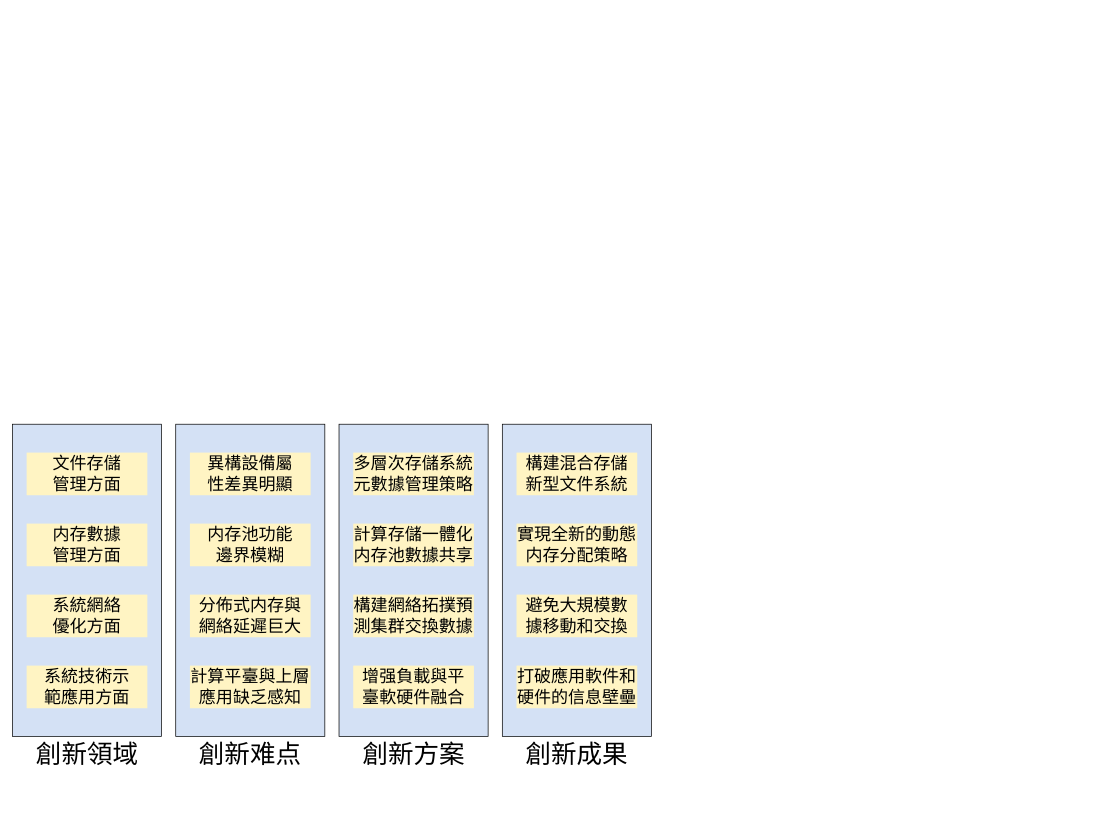
This is 创新点.drawio from icszhr/aomenNVM, a draw.io file, before an edit. Source tidied: cells renumbered, new cells numbered last; positions are measured from the earlier drawing's top-left corner, leaving out a move shared by most shapes. Both pictures are drawn from the tidied source at 71%, with x=0, y=0 at pixel (12, 424). Pictures stored in the file or linked from it are replaced by grey dashed boxes.
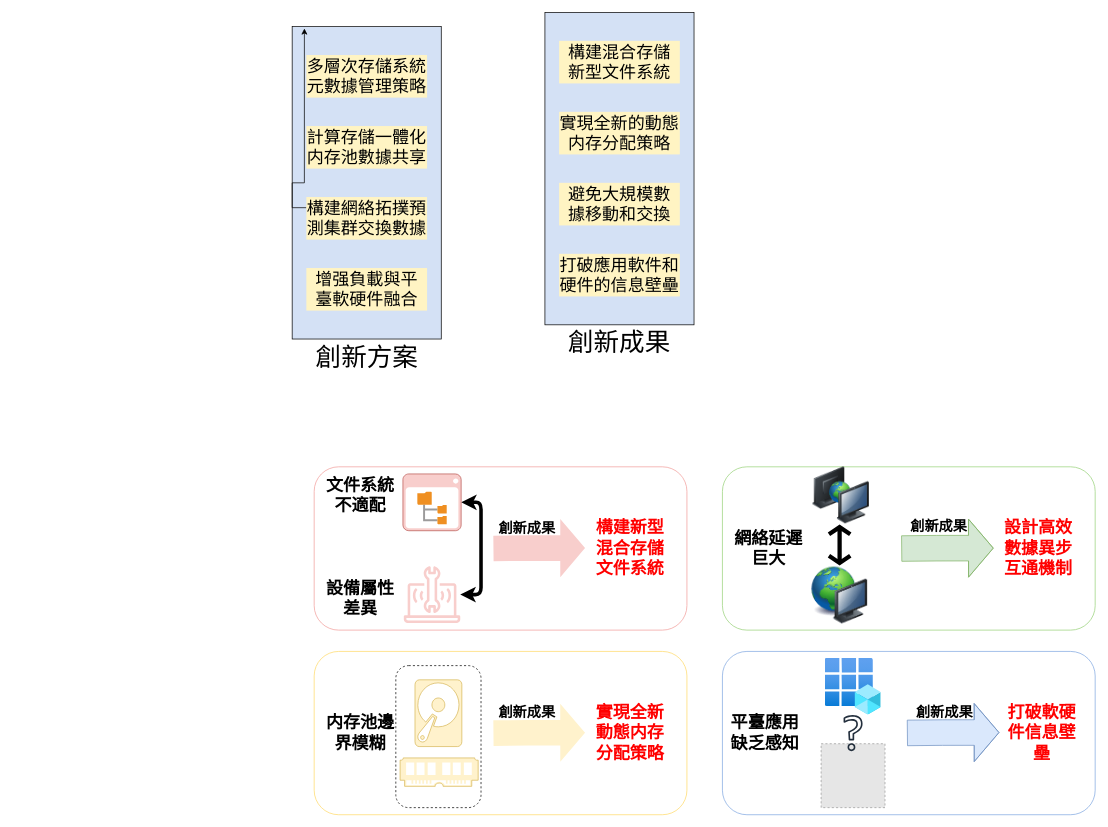
After the change.

Commit message (it also covers changes not shown here):
更新创新点.drawio

The change refers to these unchanged cells:
```xml
<mxCell id="17" style="rounded=0;whiteSpace=wrap;html=1;fillColor=#D4E1F5;" parent="16" vertex="1">
  <mxGeometry width="210" height="440" as="geometry" />
</mxCell>
<mxCell id="21" value="&lt;span style=&quot;font-size: 24px;&quot;&gt;構建網絡拓撲預測集群交換數據&lt;/span&gt;" style="rounded=0;whiteSpace=wrap;html=1;fillColor=#FFF4C3;strokeColor=none;" parent="16" vertex="1">
  <mxGeometry x="20" y="240" width="170" height="60" as="geometry" />
</mxCell>
```

The edit, as a diff of the source:
```diff
@@
-    <mxCell id="2" style="group;" parent="1" vertex="1">
-      <mxGeometry x="230" width="210" height="480" as="geometry" />
-    </mxCell>
-    <mxCell id="3" style="rounded=0;whiteSpace=wrap;html=1;fillColor=#D4E1F5;" parent="2" vertex="1">
-      <mxGeometry width="210" height="440" as="geometry" />
-    </mxCell>
-    <mxCell id="4" value="&lt;font style=&quot;font-size: 36px;&quot;&gt;創新难点&lt;/font&gt;" style="text;html=1;strokeColor=none;fillColor=none;align=center;verticalAlign=middle;whiteSpace=wrap;rounded=0;" parent="2" vertex="1">
-      <mxGeometry x="20" y="450" width="170" height="30" as="geometry" />
-    </mxCell>
-    <mxCell id="5" value="&lt;span style=&quot;font-size: 24px;&quot;&gt;異構設備屬&lt;br&gt;性差異明顯&lt;/span&gt;" style="rounded=0;whiteSpace=wrap;html=1;fillColor=#FFF4C3;strokeColor=none;" parent="2" vertex="1">
-      <mxGeometry x="20" y="40" width="170" height="60" as="geometry" />
-    </mxCell>
-    <mxCell id="6" value="&lt;font style=&quot;font-size: 24px;&quot;&gt;内存池功能&lt;br&gt;邊界模糊&lt;br&gt;&lt;/font&gt;" style="rounded=0;whiteSpace=wrap;html=1;fillColor=#FFF4C3;strokeColor=none;" parent="2" vertex="1">
-      <mxGeometry x="20" y="140" width="170" height="60" as="geometry" />
-    </mxCell>
-    <mxCell id="7" value="&lt;font style=&quot;font-size: 24px;&quot;&gt;分佈式内存與&lt;br&gt;網絡延遲巨大&lt;br&gt;&lt;/font&gt;" style="rounded=0;whiteSpace=wrap;html=1;fillColor=#FFF4C3;strokeColor=none;" parent="2" vertex="1">
-      <mxGeometry x="20" y="240" width="170" height="60" as="geometry" />
-    </mxCell>
-    <mxCell id="8" value="&lt;font style=&quot;font-size: 24px;&quot;&gt;計算平臺與上層應用缺乏感知&lt;/font&gt;" style="rounded=0;whiteSpace=wrap;html=1;fillColor=#FFF4C3;strokeColor=none;" parent="2" vertex="1">
-      <mxGeometry x="20" y="340" width="170" height="60" as="geometry" />
-    </mxCell>
-    <mxCell id="9" style="group;strokeColor=none;" parent="1" vertex="1">
-      <mxGeometry width="210" height="480" as="geometry" />
-    </mxCell>
-    <mxCell id="10" style="rounded=0;whiteSpace=wrap;html=1;fillColor=#D4E1F5;" parent="9" vertex="1">
-      <mxGeometry width="210" height="440" as="geometry" />
-    </mxCell>
-    <mxCell id="11" value="&lt;font style=&quot;font-size: 36px;&quot;&gt;創新領域&lt;/font&gt;" style="text;html=1;strokeColor=none;fillColor=none;align=center;verticalAlign=middle;whiteSpace=wrap;rounded=0;" parent="9" vertex="1">
-      <mxGeometry x="27.5" y="450" width="155" height="30" as="geometry" />
-    </mxCell>
-    <mxCell id="12" value="&lt;font style=&quot;font-size: 24px;&quot;&gt;文件存儲&lt;br&gt;管理方面&lt;/font&gt;" style="rounded=0;whiteSpace=wrap;html=1;fillColor=#FFF4C3;strokeColor=none;" parent="9" vertex="1">
-      <mxGeometry x="20" y="40" width="170" height="60" as="geometry" />
-    </mxCell>
-    <mxCell id="13" value="&lt;font style=&quot;font-size: 24px;&quot;&gt;内存數據&lt;br&gt;管理方面&lt;/font&gt;" style="rounded=0;whiteSpace=wrap;html=1;fillColor=#FFF4C3;strokeColor=none;" parent="9" vertex="1">
-      <mxGeometry x="20" y="140" width="170" height="60" as="geometry" />
-    </mxCell>
-    <mxCell id="14" value="&lt;font style=&quot;font-size: 24px;&quot;&gt;系統網絡&lt;br&gt;優化方面&lt;/font&gt;" style="rounded=0;whiteSpace=wrap;html=1;fillColor=#FFF4C3;strokeColor=none;" parent="9" vertex="1">
-      <mxGeometry x="20" y="240" width="170" height="60" as="geometry" />
-    </mxCell>
-    <mxCell id="15" value="&lt;font style=&quot;font-size: 24px;&quot;&gt;系統技術示&lt;br&gt;範應用方面&lt;/font&gt;" style="rounded=0;whiteSpace=wrap;html=1;fillColor=#FFF4C3;strokeColor=none;" parent="9" vertex="1">
-      <mxGeometry x="20" y="340" width="170" height="60" as="geometry" />
-    </mxCell>
     <mxCell id="16" style="group;" parent="1" vertex="1">
-      <mxGeometry x="460" width="210" height="480" as="geometry" />
+      <mxGeometry x="394" y="-560" width="210" height="480" as="geometry" />
     </mxCell>
@@
+    <mxCell id="30" style="edgeStyle=orthogonalEdgeStyle;rounded=0;jettySize=auto;html=1;exitX=0;exitY=0.25;exitDx=0;exitDy=0;entryX=0.082;entryY=0.006;entryDx=0;entryDy=0;entryPerimeter=0;" parent="16" edge="1" source="21" target="17">
+      <mxGeometry relative="1" as="geometry" />
+    </mxCell>
@@
     <mxCell id="23" style="group;" parent="1" vertex="1">
-      <mxGeometry x="690" width="210" height="480" as="geometry" />
+      <mxGeometry x="750" y="-580" width="210" height="480" as="geometry" />
     </mxCell>
@@
+    <mxCell id="31" style="rounded=1;whiteSpace=wrap;html=1;strokeColor=#F19C99;" parent="1" vertex="1">
+      <mxGeometry x="425" y="60" width="525" height="230" as="geometry" />
+    </mxCell>
+    <mxCell id="32" style="rounded=1;whiteSpace=wrap;html=1;strokeColor=#FFD966;" parent="1" vertex="1">
+      <mxGeometry x="425" y="320" width="525" height="230" as="geometry" />
+    </mxCell>
+    <mxCell id="33" value="&lt;span style=&quot;font-size: 24px;&quot;&gt;&lt;b&gt;文件系統不適配&lt;br&gt;&lt;br&gt;&lt;/b&gt;&lt;/span&gt;" style="rounded=0;whiteSpace=wrap;html=1;fillColor=none;strokeColor=none;" parent="1" vertex="1">
+      <mxGeometry x="440" y="80" width="100" height="70" as="geometry" />
+    </mxCell>
+    <mxCell id="34" value="&lt;b style=&quot;border-color: var(--border-color); font-size: 24px;&quot;&gt;&lt;font style=&quot;border-color: var(--border-color);&quot; color=&quot;#ff0000&quot;&gt;構建新型混合存儲文件系統&lt;/font&gt;&lt;/b&gt;&lt;span style=&quot;font-size: 24px;&quot;&gt;&lt;b&gt;&lt;br&gt;&lt;/b&gt;&lt;/span&gt;" style="rounded=0;whiteSpace=wrap;html=1;fillColor=none;strokeColor=none;" parent="1" vertex="1">
+      <mxGeometry x="820" y="100" width="100" height="150" as="geometry" />
+    </mxCell>
+    <mxCell id="35" style="edgeStyle=orthogonalEdgeStyle;rounded=1;jettySize=auto;html=1;startArrow=classic;strokeWidth=5;" parent="1" edge="1" source="36" target="37">
+      <mxGeometry relative="1" as="geometry">
+        <Array as="points">
+          <mxPoint x="660" y="240" />
+          <mxPoint x="660" y="110" />
+        </Array>
+      </mxGeometry>
+    </mxCell>
+    <mxCell id="36" style="sketch=0;outlineConnect=0;fillColor=#f8cecc;strokeColor=#b85450;dashed=0;verticalLabelPosition=bottom;verticalAlign=top;align=center;html=1;fontSize=12;fontStyle=0;shape=mxgraph.aws4.iot_device_tester;" parent="1" vertex="1">
+      <mxGeometry x="551" y="200" width="80" height="80" as="geometry" />
+    </mxCell>
+    <mxCell id="37" style="shadow=0;dashed=0;html=1;strokeColor=#b85450;fillColor=#f8cecc;labelPosition=center;verticalLabelPosition=bottom;verticalAlign=top;align=center;outlineConnect=0;shape=mxgraph.veeam.2d.file_system_browser;" parent="1" vertex="1">
+      <mxGeometry x="550" y="70" width="82" height="80" as="geometry" />
+    </mxCell>
+    <mxCell id="38" value="&lt;span style=&quot;font-size: 24px;&quot;&gt;&lt;b&gt;設備屬性差異&lt;br&gt;&lt;/b&gt;&lt;/span&gt;" style="rounded=0;whiteSpace=wrap;html=1;fillColor=none;strokeColor=none;" parent="1" vertex="1">
+      <mxGeometry x="440" y="210" width="100" height="70" as="geometry" />
+    </mxCell>
+    <mxCell id="39" style="shape=flexArrow;endArrow=classic;html=1;rounded=0;endWidth=44.827586206896555;endSize=11.3;width=36;fillColor=#f8cecc;strokeColor=none;" parent="1" edge="1">
+      <mxGeometry relative="1" as="geometry">
+        <mxPoint x="677" y="175" as="sourcePoint" />
+        <mxPoint x="807" y="174.5" as="targetPoint" />
+        <Array as="points">
+          <mxPoint x="727" y="174.5" />
+        </Array>
+      </mxGeometry>
+    </mxCell>
+    <mxCell id="40" style="group;" parent="1" vertex="1">
+      <mxGeometry x="540" y="340" width="120" height="200" as="geometry" />
+    </mxCell>
+    <mxCell id="41" style="sketch=0;shadow=0;dashed=0;html=1;strokeColor=#d6b656;fillColor=#fff2cc;labelPosition=center;verticalLabelPosition=bottom;verticalAlign=top;align=center;shape=mxgraph.office.devices.hard_disk;" parent="40" vertex="1">
+      <mxGeometry x="27" y="20" width="66" height="94" as="geometry" />
+    </mxCell>
+    <mxCell id="42" style="shadow=0;dashed=0;html=1;strokeColor=#d6b656;fillColor=#fff2cc;labelPosition=center;verticalLabelPosition=bottom;verticalAlign=top;align=center;shape=mxgraph.veeam.ram;" parent="40" vertex="1">
+      <mxGeometry x="6" y="130" width="110" height="40" as="geometry" />
+    </mxCell>
+    <mxCell id="43" style="rounded=1;whiteSpace=wrap;html=1;fillColor=none;dashed=1;" parent="40" vertex="1">
+      <mxGeometry width="120" height="200" as="geometry" />
+    </mxCell>
+    <mxCell id="44" value="&lt;span style=&quot;font-size: 24px;&quot;&gt;&lt;b&gt;内存池邊界模糊&lt;br&gt;&lt;/b&gt;&lt;/span&gt;" style="rounded=0;whiteSpace=wrap;html=1;fillColor=none;strokeColor=none;" parent="1" vertex="1">
+      <mxGeometry x="440" y="400" width="100" height="70" as="geometry" />
+    </mxCell>
+    <mxCell id="45" style="shape=flexArrow;endArrow=classic;html=1;rounded=0;endWidth=44.827586206896555;endSize=11.3;width=36;fillColor=#fff2cc;strokeColor=none;" parent="1" edge="1">
+      <mxGeometry relative="1" as="geometry">
+        <mxPoint x="677" y="435.1" as="sourcePoint" />
+        <mxPoint x="807" y="434.5" as="targetPoint" />
+        <Array as="points">
+          <mxPoint x="727" y="434.6" />
+        </Array>
+      </mxGeometry>
+    </mxCell>
+    <mxCell id="46" value="&lt;b style=&quot;border-color: var(--border-color); font-size: 24px;&quot;&gt;&lt;font style=&quot;border-color: var(--border-color);&quot; color=&quot;#ff0000&quot;&gt;實現全新動態内存分配策略&lt;/font&gt;&lt;/b&gt;&lt;span style=&quot;font-size: 24px;&quot;&gt;&lt;b&gt;&lt;br&gt;&lt;/b&gt;&lt;/span&gt;" style="rounded=0;whiteSpace=wrap;html=1;fillColor=none;strokeColor=none;" parent="1" vertex="1">
+      <mxGeometry x="820" y="360" width="100" height="150" as="geometry" />
+    </mxCell>
+    <mxCell id="47" style="group;" parent="1" vertex="1">
+      <mxGeometry x="1000" y="60" width="525" height="230" as="geometry" />
+    </mxCell>
+    <mxCell id="48" style="rounded=1;whiteSpace=wrap;html=1;strokeColor=#97D077;" parent="47" vertex="1">
+      <mxGeometry width="525" height="230" as="geometry" />
+    </mxCell>
+    <mxCell id="49" value="&lt;span style=&quot;font-size: 24px;&quot;&gt;&lt;b&gt;網絡延遲巨大&lt;br&gt;&lt;/b&gt;&lt;/span&gt;" style="rounded=0;whiteSpace=wrap;html=1;fillColor=none;strokeColor=none;" parent="47" vertex="1">
+      <mxGeometry x="15" y="80" width="100" height="70" as="geometry" />
+    </mxCell>
+    <mxCell id="50" style="shape=flexArrow;endArrow=classic;html=1;rounded=0;endWidth=44.827586206896555;endSize=11.3;width=36;fillColor=#d5e8d4;strokeColor=#82b366;" parent="47" edge="1">
+      <mxGeometry relative="1" as="geometry">
+        <mxPoint x="252" y="115.1" as="sourcePoint" />
+        <mxPoint x="382" y="114.5" as="targetPoint" />
+        <Array as="points">
+          <mxPoint x="302" y="114.6" />
+        </Array>
+      </mxGeometry>
+    </mxCell>
+    <mxCell id="51" value="&lt;span style=&quot;font-size: 24px;&quot;&gt;&lt;b&gt;&lt;font color=&quot;#ff0000&quot;&gt;設計高效數據異步互通機制&lt;/font&gt;&lt;br&gt;&lt;/b&gt;&lt;/span&gt;" style="rounded=0;whiteSpace=wrap;html=1;fillColor=none;strokeColor=none;" parent="47" vertex="1">
+      <mxGeometry x="395" y="40" width="100" height="150" as="geometry" />
+    </mxCell>
+    <mxCell id="52" style="image;html=1;image=img/lib/clip_art/computers/Network_2_128x128.png;" parent="47" vertex="1">
+      <mxGeometry x="127" width="80" height="80" as="geometry" />
+    </mxCell>
+    <mxCell id="53" style="image;html=1;image=img/lib/clip_art/computers/Network_128x128.png;" parent="47" vertex="1">
+      <mxGeometry x="125" y="141" width="80" height="80" as="geometry" />
+    </mxCell>
+    <mxCell id="54" style="html=1;whiteSpace=wrap;fillColor=#AFFFAF;shape=mxgraph.archimate3.commNetw;strokeWidth=6;rotation=90;" parent="47" vertex="1">
+      <mxGeometry x="139.8" y="95.2" width="50.5" height="30" as="geometry" />
+    </mxCell>
+    <mxCell id="55" value="&lt;b&gt;&lt;font style=&quot;font-size: 20px;&quot;&gt;創新成果&lt;/font&gt;&lt;/b&gt;" style="text;html=1;strokeColor=none;fillColor=none;align=center;verticalAlign=middle;whiteSpace=wrap;rounded=0;" parent="47" vertex="1">
+      <mxGeometry x="260" y="68.2" width="90" height="30" as="geometry" />
+    </mxCell>
+    <mxCell id="56" style="rounded=1;whiteSpace=wrap;html=1;strokeColor=#7EA6E0;" parent="1" vertex="1">
+      <mxGeometry x="1000" y="320" width="525" height="230" as="geometry" />
+    </mxCell>
+    <mxCell id="57" value="&lt;span style=&quot;font-size: 24px;&quot;&gt;&lt;b&gt;平臺應用缺乏感知&lt;br&gt;&lt;/b&gt;&lt;/span&gt;" style="rounded=0;whiteSpace=wrap;html=1;fillColor=none;strokeColor=none;" parent="1" vertex="1">
+      <mxGeometry x="1010" y="400" width="100" height="70" as="geometry" />
+    </mxCell>
+    <mxCell id="58" style="shape=flexArrow;endArrow=classic;html=1;rounded=0;endWidth=44.827586206896555;endSize=11.3;width=36;fillColor=#dae8fc;strokeColor=#6c8ebf;" parent="1" edge="1">
+      <mxGeometry relative="1" as="geometry">
+        <mxPoint x="1260" y="434.8" as="sourcePoint" />
+        <mxPoint x="1390" y="434.2" as="targetPoint" />
+        <Array as="points">
+          <mxPoint x="1310" y="434.3" />
+        </Array>
+      </mxGeometry>
+    </mxCell>
+    <mxCell id="59" value="&lt;span style=&quot;font-size: 24px;&quot;&gt;&lt;b&gt;&lt;font color=&quot;#ff0000&quot;&gt;打破軟硬件信息壁壘&lt;/font&gt;&lt;br&gt;&lt;/b&gt;&lt;/span&gt;" style="rounded=0;whiteSpace=wrap;html=1;fillColor=none;strokeColor=none;" parent="1" vertex="1">
+      <mxGeometry x="1400" y="360" width="100" height="150" as="geometry" />
+    </mxCell>
+    <mxCell id="60" style="fillColor=#E6E6E6;strokeColor=#999999;dashed=1;html=1;verticalAlign=top;verticalLabelPosition=bottom;labelBackgroundColor=#ffffff;" parent="1" vertex="1">
+      <mxGeometry x="1139" y="450" width="90" height="90" as="geometry" />
+    </mxCell>
+    <mxCell id="61" style="sketch=0;fontColor=#232F3E;gradientColor=none;fillColor=#232F3D;strokeColor=none;dashed=0;verticalLabelPosition=bottom;verticalAlign=top;align=center;html=1;fontSize=12;fontStyle=0;shape=mxgraph.aws4.question;" parent="1" vertex="1">
+      <mxGeometry x="1170.6" y="409.5" width="26.8" height="51" as="geometry" />
+    </mxCell>
+    <mxCell id="62" style="image;html=1;align=center;fontSize=12;image=img/lib/azure2/identity/App_Registrations.svg;" parent="1" vertex="1">
+      <mxGeometry x="1144.6" y="329.5" width="78.8" height="80" as="geometry" />
+    </mxCell>
+    <mxCell id="63" value="&lt;b&gt;&lt;font style=&quot;font-size: 20px;&quot;&gt;創新成果&lt;/font&gt;&lt;/b&gt;" style="text;html=1;strokeColor=none;fillColor=none;align=center;verticalAlign=middle;whiteSpace=wrap;rounded=0;" parent="1" vertex="1">
+      <mxGeometry x="680" y="130" width="90" height="30" as="geometry" />
+    </mxCell>
+    <mxCell id="64" value="&lt;b&gt;&lt;font style=&quot;font-size: 20px;&quot;&gt;創新成果&lt;/font&gt;&lt;/b&gt;" style="text;html=1;strokeColor=none;fillColor=none;align=center;verticalAlign=middle;whiteSpace=wrap;rounded=0;" parent="1" vertex="1">
+      <mxGeometry x="1268" y="390" width="90" height="30" as="geometry" />
+    </mxCell>
+    <mxCell id="65" value="&lt;b&gt;&lt;font style=&quot;font-size: 20px;&quot;&gt;創新成果&lt;/font&gt;&lt;/b&gt;" style="text;html=1;strokeColor=none;fillColor=none;align=center;verticalAlign=middle;whiteSpace=wrap;rounded=0;" parent="1" vertex="1">
+      <mxGeometry x="680" y="390" width="90" height="30" as="geometry" />
+    </mxCell>
```
